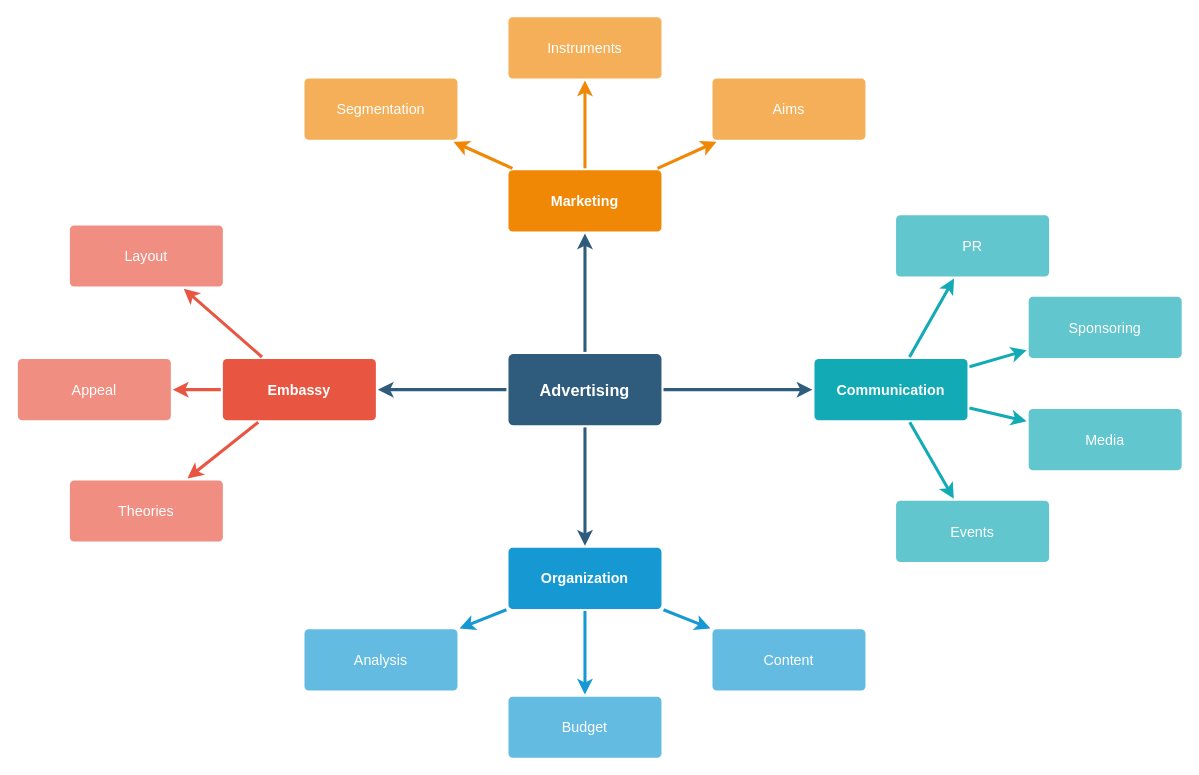
Before: diagrams/Untitled Diagram.drawio in amaslak0v/dotfiles, a draw.io diagram. Source tidied: cells renumbered, new cells numbered last; positions are measured from the earlier drawing's top-left corner, leaving out a move shared by most shapes. Both pictures are drawn from the tidied source at 102%, with x=0, y=0 at pixel (17, 16).
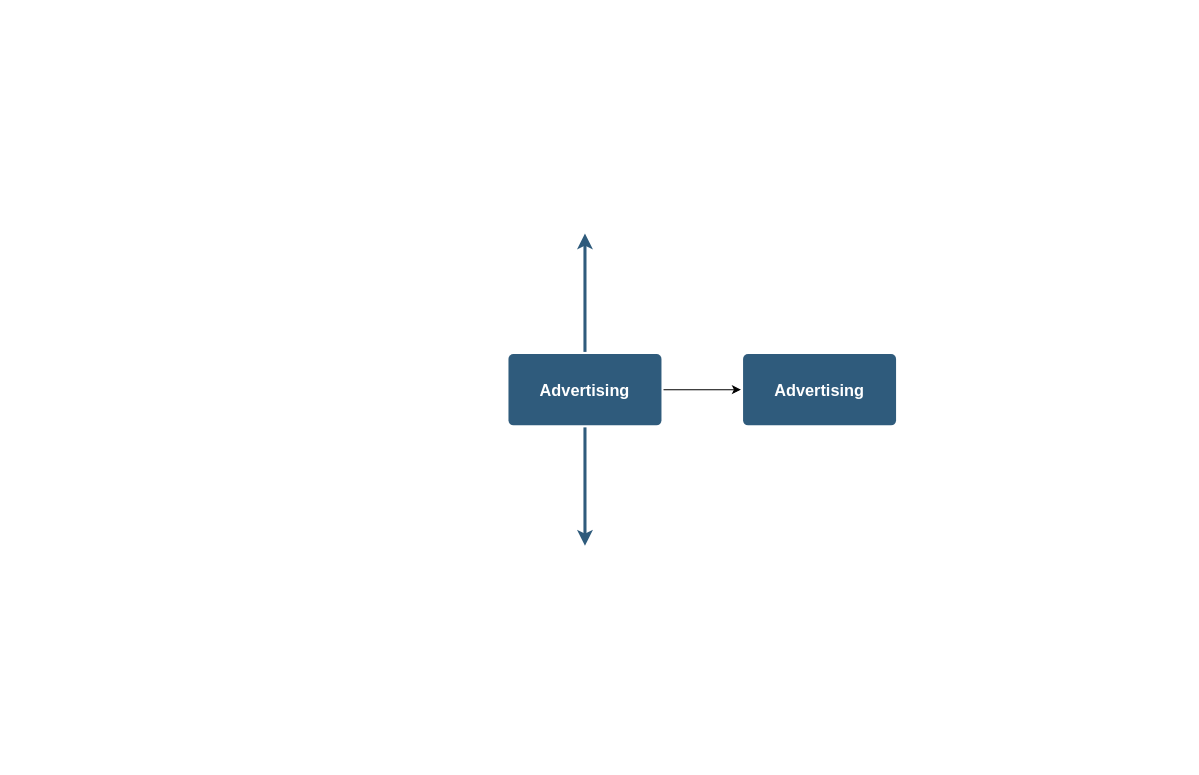
The same diagram, later.

Unchanged cells that the change refers to:
```xml
<mxCell id="6" value="Advertising" style="rounded=1;whiteSpace=wrap;html=1;shadow=0;labelBackgroundColor=none;strokeColor=none;strokeWidth=3;fillColor=#2F5B7C;fontFamily=Helvetica;fontSize=16;fontColor=#FFFFFF;align=center;fontStyle=1;spacing=5;arcSize=7;perimeterSpacing=2;" parent="1" vertex="1">
  <mxGeometry x="481" y="330.5" width="150" height="70" as="geometry" />
</mxCell>
```

The edit, as a diff of the source:
```diff
@@
-    <mxCell id="2" style="edgeStyle=none;rounded=0;jumpStyle=none;html=1;shadow=0;labelBackgroundColor=none;startArrow=none;startFill=0;endArrow=classic;endFill=1;jettySize=auto;strokeColor=#2F5B7C;strokeWidth=3;fontFamily=Helvetica;fontSize=16;fontColor=#23445D;spacing=5;" parent="1" edge="1" source="6" target="21">
-      <mxGeometry relative="1" as="geometry" />
+    <mxCell id="2" style="edgeStyle=none;rounded=0;jumpStyle=none;html=1;shadow=0;labelBackgroundColor=none;startArrow=none;startFill=0;endArrow=classic;endFill=1;jettySize=auto;strokeColor=#2F5B7C;strokeWidth=3;fontFamily=Helvetica;fontSize=16;fontColor=#23445D;spacing=5;" parent="1" edge="1" source="6">
+      <mxGeometry relative="1" as="geometry">
+        <mxPoint x="556" y="212.5" as="targetPoint" />
+      </mxGeometry>
     </mxCell>
-    <mxCell id="3" style="edgeStyle=none;rounded=0;jumpStyle=none;html=1;shadow=0;labelBackgroundColor=none;startArrow=none;startFill=0;endArrow=classic;endFill=1;jettySize=auto;strokeColor=#2F5B7C;strokeWidth=3;fontFamily=Helvetica;fontSize=16;fontColor=#23445D;spacing=5;" parent="1" edge="1" source="6" target="28">
-      <mxGeometry relative="1" as="geometry" />
-    </mxCell>
-    <mxCell id="4" style="edgeStyle=none;rounded=0;jumpStyle=none;html=1;shadow=0;labelBackgroundColor=none;startArrow=none;startFill=0;endArrow=classic;endFill=1;jettySize=auto;strokeColor=#2F5B7C;strokeWidth=3;fontFamily=Helvetica;fontSize=16;fontColor=#23445D;spacing=5;" parent="1" edge="1" source="6" target="17">
-      <mxGeometry relative="1" as="geometry" />
+    <mxCell id="4" style="edgeStyle=none;rounded=0;jumpStyle=none;html=1;shadow=0;labelBackgroundColor=none;startArrow=none;startFill=0;endArrow=classic;endFill=1;jettySize=auto;strokeColor=#2F5B7C;strokeWidth=3;fontFamily=Helvetica;fontSize=16;fontColor=#23445D;spacing=5;" parent="1" edge="1" source="6">
+      <mxGeometry relative="1" as="geometry">
+        <mxPoint x="556" y="518.5" as="targetPoint" />
+      </mxGeometry>
     </mxCell>
-    <mxCell id="5" style="edgeStyle=none;rounded=0;jumpStyle=none;html=1;shadow=0;labelBackgroundColor=none;startArrow=none;startFill=0;endArrow=classic;endFill=1;jettySize=auto;strokeColor=#2F5B7C;strokeWidth=3;fontFamily=Helvetica;fontSize=16;fontColor=#23445D;spacing=5;" parent="1" edge="1" source="6" target="10">
-      <mxGeometry relative="1" as="geometry" />
-    </mxCell>
+    <mxCell id="37" style="edgeStyle=orthogonalEdgeStyle;rounded=0;jettySize=auto;html=1;" parent="1" edge="1" source="6" target="38">
+      <mxGeometry relative="1" as="geometry" />
+    </mxCell>
@@
-    <mxCell id="7" style="edgeStyle=none;rounded=1;jumpStyle=none;html=1;shadow=0;labelBackgroundColor=none;startArrow=none;startFill=0;jettySize=auto;strokeColor=#E85642;strokeWidth=3;fontFamily=Helvetica;fontSize=14;fontColor=#FFFFFF;spacing=5;fontStyle=1;fillColor=#b0e3e6;" parent="1" edge="1" source="10" target="13">
-      <mxGeometry relative="1" as="geometry" />
-    </mxCell>
-    <mxCell id="8" style="edgeStyle=none;rounded=1;jumpStyle=none;html=1;shadow=0;labelBackgroundColor=none;startArrow=none;startFill=0;jettySize=auto;strokeColor=#E85642;strokeWidth=3;fontFamily=Helvetica;fontSize=14;fontColor=#FFFFFF;spacing=5;fontStyle=1;fillColor=#b0e3e6;" parent="1" edge="1" source="10" target="12">
-      <mxGeometry relative="1" as="geometry" />
-    </mxCell>
-    <mxCell id="9" style="edgeStyle=none;rounded=1;jumpStyle=none;html=1;shadow=0;labelBackgroundColor=none;startArrow=none;startFill=0;jettySize=auto;strokeColor=#E85642;strokeWidth=3;fontFamily=Helvetica;fontSize=14;fontColor=#FFFFFF;spacing=5;fontStyle=1;fillColor=#b0e3e6;" parent="1" edge="1" source="10" target="11">
-      <mxGeometry relative="1" as="geometry" />
-    </mxCell>
-    <mxCell id="10" value="Embassy" style="rounded=1;whiteSpace=wrap;html=1;shadow=0;labelBackgroundColor=none;strokeColor=none;strokeWidth=3;fillColor=#e85642;fontFamily=Helvetica;fontSize=14;fontColor=#FFFFFF;align=center;spacing=5;fontStyle=1;arcSize=7;perimeterSpacing=2;" parent="1" vertex="1">
-      <mxGeometry x="201" y="335.5" width="150" height="60" as="geometry" />
-    </mxCell>
-    <mxCell id="11" value="Theories" style="rounded=1;whiteSpace=wrap;html=1;shadow=0;labelBackgroundColor=none;strokeColor=none;strokeWidth=3;fillColor=#f08e81;fontFamily=Helvetica;fontSize=14;fontColor=#FFFFFF;align=center;spacing=5;fontStyle=0;arcSize=7;perimeterSpacing=2;" parent="1" vertex="1">
-      <mxGeometry x="51" y="454.5" width="150" height="60" as="geometry" />
-    </mxCell>
-    <mxCell id="12" value="Appeal" style="rounded=1;whiteSpace=wrap;html=1;shadow=0;labelBackgroundColor=none;strokeColor=none;strokeWidth=3;fillColor=#f08e81;fontFamily=Helvetica;fontSize=14;fontColor=#FFFFFF;align=center;spacing=5;fontStyle=0;arcSize=7;perimeterSpacing=2;" parent="1" vertex="1">
-      <mxGeometry y="335.5" width="150" height="60" as="geometry" />
-    </mxCell>
-    <mxCell id="13" value="Layout" style="rounded=1;whiteSpace=wrap;html=1;shadow=0;labelBackgroundColor=none;strokeColor=none;strokeWidth=3;fillColor=#f08e81;fontFamily=Helvetica;fontSize=14;fontColor=#FFFFFF;align=center;spacing=5;fontStyle=0;arcSize=7;perimeterSpacing=2;" parent="1" vertex="1">
-      <mxGeometry x="51" y="204.5" width="150" height="60" as="geometry" />
-    </mxCell>
-    <mxCell id="14" style="edgeStyle=none;rounded=0;jumpStyle=none;html=1;shadow=0;labelBackgroundColor=none;startArrow=none;startFill=0;endArrow=classic;endFill=1;jettySize=auto;strokeColor=#1699D3;strokeWidth=3;fontFamily=Helvetica;fontSize=14;fontColor=#FFFFFF;spacing=5;" parent="1" edge="1" source="17" target="20">
-      <mxGeometry relative="1" as="geometry" />
-    </mxCell>
-    <mxCell id="15" style="edgeStyle=none;rounded=0;jumpStyle=none;html=1;shadow=0;labelBackgroundColor=none;startArrow=none;startFill=0;endArrow=classic;endFill=1;jettySize=auto;strokeColor=#1699D3;strokeWidth=3;fontFamily=Helvetica;fontSize=14;fontColor=#FFFFFF;spacing=5;" parent="1" edge="1" source="17" target="19">
-      <mxGeometry relative="1" as="geometry" />
-    </mxCell>
-    <mxCell id="16" style="edgeStyle=none;rounded=0;jumpStyle=none;html=1;shadow=0;labelBackgroundColor=none;startArrow=none;startFill=0;endArrow=classic;endFill=1;jettySize=auto;strokeColor=#1699D3;strokeWidth=3;fontFamily=Helvetica;fontSize=14;fontColor=#FFFFFF;spacing=5;" parent="1" edge="1" source="17" target="18">
-      <mxGeometry relative="1" as="geometry" />
-    </mxCell>
-    <mxCell id="17" value="Organization" style="rounded=1;whiteSpace=wrap;html=1;shadow=0;labelBackgroundColor=none;strokeColor=none;strokeWidth=3;fillColor=#1699d3;fontFamily=Helvetica;fontSize=14;fontColor=#FFFFFF;align=center;spacing=5;fontStyle=1;arcSize=7;perimeterSpacing=2;" parent="1" vertex="1">
-      <mxGeometry x="481" y="520.5" width="150" height="60" as="geometry" />
-    </mxCell>
-    <mxCell id="18" value="Content" style="rounded=1;whiteSpace=wrap;html=1;shadow=0;labelBackgroundColor=none;strokeColor=none;strokeWidth=3;fillColor=#64bbe2;fontFamily=Helvetica;fontSize=14;fontColor=#FFFFFF;align=center;spacing=5;arcSize=7;perimeterSpacing=2;" parent="1" vertex="1">
-      <mxGeometry x="681" y="600.5" width="150" height="60" as="geometry" />
-    </mxCell>
-    <mxCell id="19" value="Budget" style="rounded=1;whiteSpace=wrap;html=1;shadow=0;labelBackgroundColor=none;strokeColor=none;strokeWidth=3;fillColor=#64bbe2;fontFamily=Helvetica;fontSize=14;fontColor=#FFFFFF;align=center;spacing=5;arcSize=7;perimeterSpacing=2;" parent="1" vertex="1">
-      <mxGeometry x="481" y="666.5" width="150" height="60" as="geometry" />
-    </mxCell>
-    <mxCell id="20" value="Analysis" style="rounded=1;whiteSpace=wrap;html=1;shadow=0;labelBackgroundColor=none;strokeColor=none;strokeWidth=3;fillColor=#64bbe2;fontFamily=Helvetica;fontSize=14;fontColor=#FFFFFF;align=center;spacing=5;arcSize=7;perimeterSpacing=2;" parent="1" vertex="1">
-      <mxGeometry x="281" y="600.5" width="150" height="60" as="geometry" />
-    </mxCell>
-    <mxCell id="21" value="Marketing" style="rounded=1;whiteSpace=wrap;html=1;shadow=0;labelBackgroundColor=none;strokeColor=none;strokeWidth=3;fillColor=#F08705;fontFamily=Helvetica;fontSize=14;fontColor=#FFFFFF;align=center;spacing=5;fontStyle=1;arcSize=7;perimeterSpacing=2;" parent="1" vertex="1">
-      <mxGeometry x="481" y="150.5" width="150" height="60" as="geometry" />
-    </mxCell>
-    <mxCell id="22" value="Aims&lt;br&gt;" style="rounded=1;whiteSpace=wrap;html=1;shadow=0;labelBackgroundColor=none;strokeColor=none;strokeWidth=3;fillColor=#f5af58;fontFamily=Helvetica;fontSize=14;fontColor=#FFFFFF;align=center;spacing=5;arcSize=7;perimeterSpacing=2;" parent="1" vertex="1">
-      <mxGeometry x="681" y="60.5" width="150" height="60" as="geometry" />
-    </mxCell>
-    <mxCell id="23" style="edgeStyle=none;rounded=0;jumpStyle=none;html=1;shadow=0;labelBackgroundColor=none;startArrow=none;startFill=0;endArrow=classic;endFill=1;jettySize=auto;strokeColor=#F08705;strokeWidth=3;fontFamily=Helvetica;fontSize=14;fontColor=#FFFFFF;spacing=5;" parent="1" edge="1" source="21" target="22">
-      <mxGeometry relative="1" as="geometry" />
-    </mxCell>
-    <mxCell id="24" value="Instruments" style="rounded=1;whiteSpace=wrap;html=1;shadow=0;labelBackgroundColor=none;strokeColor=none;strokeWidth=3;fillColor=#f5af58;fontFamily=Helvetica;fontSize=14;fontColor=#FFFFFF;align=center;spacing=5;arcSize=7;perimeterSpacing=2;" parent="1" vertex="1">
-      <mxGeometry x="481" y="0.5" width="150" height="60" as="geometry" />
-    </mxCell>
-    <mxCell id="25" style="edgeStyle=none;rounded=0;jumpStyle=none;html=1;shadow=0;labelBackgroundColor=none;startArrow=none;startFill=0;endArrow=classic;endFill=1;jettySize=auto;strokeColor=#F08705;strokeWidth=3;fontFamily=Helvetica;fontSize=14;fontColor=#FFFFFF;spacing=5;" parent="1" edge="1" source="21" target="24">
-      <mxGeometry relative="1" as="geometry" />
-    </mxCell>
-    <mxCell id="26" value="Segmentation" style="rounded=1;whiteSpace=wrap;html=1;shadow=0;labelBackgroundColor=none;strokeColor=none;strokeWidth=3;fillColor=#f5af58;fontFamily=Helvetica;fontSize=14;fontColor=#FFFFFF;align=center;spacing=5;arcSize=7;perimeterSpacing=2;" parent="1" vertex="1">
-      <mxGeometry x="281" y="60.5" width="150" height="60" as="geometry" />
-    </mxCell>
-    <mxCell id="27" style="edgeStyle=none;rounded=0;jumpStyle=none;html=1;shadow=0;labelBackgroundColor=none;startArrow=none;startFill=0;endArrow=classic;endFill=1;jettySize=auto;strokeColor=#F08705;strokeWidth=3;fontFamily=Helvetica;fontSize=14;fontColor=#FFFFFF;spacing=5;" parent="1" edge="1" source="21" target="26">
-      <mxGeometry relative="1" as="geometry" />
-    </mxCell>
-    <mxCell id="28" value="Communication" style="rounded=1;whiteSpace=wrap;html=1;shadow=0;labelBackgroundColor=none;strokeColor=none;strokeWidth=3;fillColor=#12aab5;fontFamily=Helvetica;fontSize=14;fontColor=#FFFFFF;align=center;spacing=5;fontStyle=1;arcSize=7;perimeterSpacing=2;" parent="1" vertex="1">
-      <mxGeometry x="781" y="335.5" width="150" height="60" as="geometry" />
-    </mxCell>
-    <mxCell id="29" value="Events" style="rounded=1;whiteSpace=wrap;html=1;shadow=0;labelBackgroundColor=none;strokeColor=none;strokeWidth=3;fillColor=#61c6ce;fontFamily=Helvetica;fontSize=14;fontColor=#FFFFFF;align=center;spacing=5;fontStyle=0;arcSize=7;perimeterSpacing=2;" parent="1" vertex="1">
-      <mxGeometry x="861" y="474.5" width="150" height="60" as="geometry" />
-    </mxCell>
-    <mxCell id="30" style="edgeStyle=none;rounded=1;jumpStyle=none;html=1;shadow=0;labelBackgroundColor=none;startArrow=none;startFill=0;jettySize=auto;strokeColor=#12AAB5;strokeWidth=3;fontFamily=Helvetica;fontSize=14;fontColor=#FFFFFF;spacing=5;fontStyle=1;fillColor=#b0e3e6;" parent="1" edge="1" source="28" target="29">
-      <mxGeometry relative="1" as="geometry" />
-    </mxCell>
-    <mxCell id="31" value="Media" style="rounded=1;whiteSpace=wrap;html=1;shadow=0;labelBackgroundColor=none;strokeColor=none;strokeWidth=3;fillColor=#61c6ce;fontFamily=Helvetica;fontSize=14;fontColor=#FFFFFF;align=center;spacing=5;fontStyle=0;arcSize=7;perimeterSpacing=2;" parent="1" vertex="1">
-      <mxGeometry x="991" y="384.5" width="150" height="60" as="geometry" />
-    </mxCell>
-    <mxCell id="32" style="edgeStyle=none;rounded=1;jumpStyle=none;html=1;shadow=0;labelBackgroundColor=none;startArrow=none;startFill=0;jettySize=auto;strokeColor=#12AAB5;strokeWidth=3;fontFamily=Helvetica;fontSize=14;fontColor=#FFFFFF;spacing=5;fontStyle=1;fillColor=#b0e3e6;" parent="1" edge="1" source="28" target="31">
-      <mxGeometry relative="1" as="geometry" />
-    </mxCell>
-    <mxCell id="33" value="Sponsoring" style="rounded=1;whiteSpace=wrap;html=1;shadow=0;labelBackgroundColor=none;strokeColor=none;strokeWidth=3;fillColor=#61c6ce;fontFamily=Helvetica;fontSize=14;fontColor=#FFFFFF;align=center;spacing=5;fontStyle=0;arcSize=7;perimeterSpacing=2;" parent="1" vertex="1">
-      <mxGeometry x="991" y="274.5" width="150" height="60" as="geometry" />
-    </mxCell>
-    <mxCell id="34" style="edgeStyle=none;rounded=1;jumpStyle=none;html=1;shadow=0;labelBackgroundColor=none;startArrow=none;startFill=0;jettySize=auto;strokeColor=#12AAB5;strokeWidth=3;fontFamily=Helvetica;fontSize=14;fontColor=#FFFFFF;spacing=5;fontStyle=1;fillColor=#b0e3e6;" parent="1" edge="1" source="28" target="33">
-      <mxGeometry relative="1" as="geometry" />
-    </mxCell>
-    <mxCell id="35" value="PR" style="rounded=1;whiteSpace=wrap;html=1;shadow=0;labelBackgroundColor=none;strokeColor=none;strokeWidth=3;fillColor=#61c6ce;fontFamily=Helvetica;fontSize=14;fontColor=#FFFFFF;align=center;spacing=5;fontStyle=0;arcSize=7;perimeterSpacing=2;" parent="1" vertex="1">
-      <mxGeometry x="861" y="194.5" width="150" height="60" as="geometry" />
-    </mxCell>
-    <mxCell id="36" style="edgeStyle=none;rounded=1;jumpStyle=none;html=1;shadow=0;labelBackgroundColor=none;startArrow=none;startFill=0;jettySize=auto;strokeColor=#12AAB5;strokeWidth=3;fontFamily=Helvetica;fontSize=14;fontColor=#FFFFFF;spacing=5;fontStyle=1;fillColor=#b0e3e6;" parent="1" edge="1" source="28" target="35">
-      <mxGeometry relative="1" as="geometry" />
-    </mxCell>
+    <mxCell id="38" value="Advertising" style="rounded=1;whiteSpace=wrap;html=1;shadow=0;labelBackgroundColor=none;strokeColor=none;strokeWidth=3;fillColor=#2F5B7C;fontFamily=Helvetica;fontSize=16;fontColor=#FFFFFF;align=center;fontStyle=1;spacing=5;arcSize=7;perimeterSpacing=2;" parent="1" vertex="1">
+      <mxGeometry x="711" y="330.5" width="150" height="70" as="geometry" />
+    </mxCell>
```
